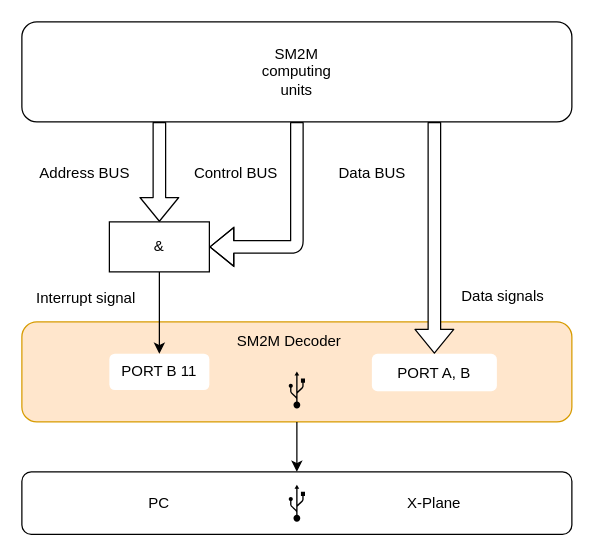
Before: page "sm2m-decoder" (2 of 2) of design.drawio in artemkorobko/an26sim, a draw.io diagram. Source tidied: cells renumbered, new cells numbered last; positions are measured from the earlier drawing's top-left corner, leaving out a move shared by most shapes. Both pictures are drawn from the tidied source at 125%, with x=0, y=0 at pixel (21, 21).
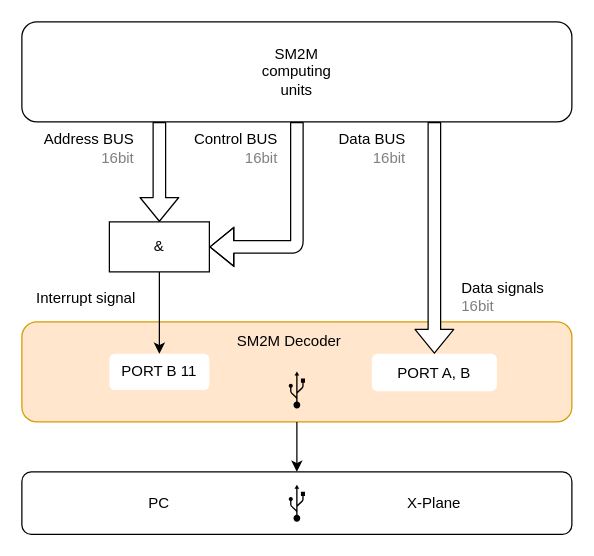
The same page after the edit.

The change refers to these unchanged cells:
```xml
<mxCell id="3" style="shape=flexArrow;endArrow=block;html=1;labelBackgroundColor=none;startArrow=none;endFill=0;startFill=0;entryX=0.5;entryY=0;entryDx=0;entryDy=0;fillColor=default;exitX=0.25;exitY=1;exitDx=0;exitDy=0;" parent="1" edge="1" source="2" target="12">
  <mxGeometry relative="1" as="geometry" />
</mxCell>
<mxCell id="5" style="shape=flexArrow;endArrow=classic;html=1;labelBackgroundColor=none;startArrow=none;startFill=0;entryX=1;entryY=0.5;entryDx=0;entryDy=0;fillColor=default;" parent="1" edge="1" source="2" target="12">
  <mxGeometry relative="1" as="geometry">
    <Array as="points">
      <mxPoint x="220" y="180" />
    </Array>
  </mxGeometry>
</mxCell>
<mxCell id="18" style="shape=flexArrow;endArrow=classic;html=1;labelBackgroundColor=none;startArrow=none;exitX=0.75;exitY=1;exitDx=0;exitDy=0;entryX=0.5;entryY=0;entryDx=0;entryDy=0;startFill=0;fillColor=default;" parent="1" edge="1" source="2" target="15">
  <mxGeometry relative="1" as="geometry" />
</mxCell>
```

Change to the diagram source:
```diff
@@
-    <mxCell id="4" value="Address BUS" style="edgeLabel;html=1;align=center;verticalAlign=middle;fontSize=12;labelBackgroundColor=none;" parent="3" vertex="1">
+    <mxCell id="4" value="Address BUS&lt;br&gt;&lt;font color=&quot;#808080&quot;&gt;16bit&lt;/font&gt;" style="edgeLabel;html=1;align=right;verticalAlign=middle;fontSize=12;labelBackgroundColor=none;" parent="3" vertex="1">
       <mxGeometry x="-0.35" y="3" relative="1" as="geometry">
-        <mxPoint x="-63" y="14" as="offset" />
+        <mxPoint x="-23" y="-6" as="offset" />
       </mxGeometry>
     </mxCell>
@@
-    <mxCell id="6" value="Control BUS" style="edgeLabel;html=1;align=center;verticalAlign=middle;fontSize=12;labelBackgroundColor=default;" parent="5" vertex="1">
+    <mxCell id="6" value="Control BUS&lt;br&gt;&lt;div style=&quot;text-align: right&quot;&gt;&lt;span&gt;&lt;font color=&quot;#808080&quot;&gt;16bit&lt;/font&gt;&lt;/span&gt;&lt;/div&gt;" style="edgeLabel;html=1;align=center;verticalAlign=middle;fontSize=12;labelBackgroundColor=none;" parent="5" vertex="1">
       <mxGeometry x="-0.35" y="3" relative="1" as="geometry">
-        <mxPoint x="-53" y="-15" as="offset" />
+        <mxPoint x="-53" y="-35" as="offset" />
       </mxGeometry>
     </mxCell>
@@
-    <mxCell id="19" value="Data BUS" style="edgeLabel;html=1;align=center;verticalAlign=middle;fontSize=12;labelBackgroundColor=none;" parent="18" vertex="1">
+    <mxCell id="19" value="Data BUS&lt;br&gt;&lt;div style=&quot;text-align: right&quot;&gt;&lt;span&gt;&lt;font color=&quot;#808080&quot;&gt;16bit&lt;/font&gt;&lt;/span&gt;&lt;/div&gt;" style="edgeLabel;html=1;align=center;verticalAlign=middle;fontSize=12;labelBackgroundColor=none;" parent="18" vertex="1">
       <mxGeometry x="-0.35" y="3" relative="1" as="geometry">
-        <mxPoint x="-53" y="-20" as="offset" />
+        <mxPoint x="-53" y="-40" as="offset" />
       </mxGeometry>
     </mxCell>
@@
-    <mxCell id="22" value="Data signals" style="text;html=1;strokeColor=none;fillColor=none;align=center;verticalAlign=middle;whiteSpace=wrap;rounded=0;fontSize=12;" parent="1" vertex="1">
+    <mxCell id="22" value="Data signals&lt;br&gt;&lt;div style=&quot;text-align: left&quot;&gt;&lt;span&gt;&lt;font color=&quot;#808080&quot;&gt;16bit&lt;/font&gt;&lt;/span&gt;&lt;/div&gt;" style="text;html=1;strokeColor=none;fillColor=none;align=center;verticalAlign=middle;whiteSpace=wrap;rounded=0;fontSize=12;" parent="1" vertex="1">
       <mxGeometry x="340" y="210" width="90" height="20" as="geometry" />
     </mxCell>
```
